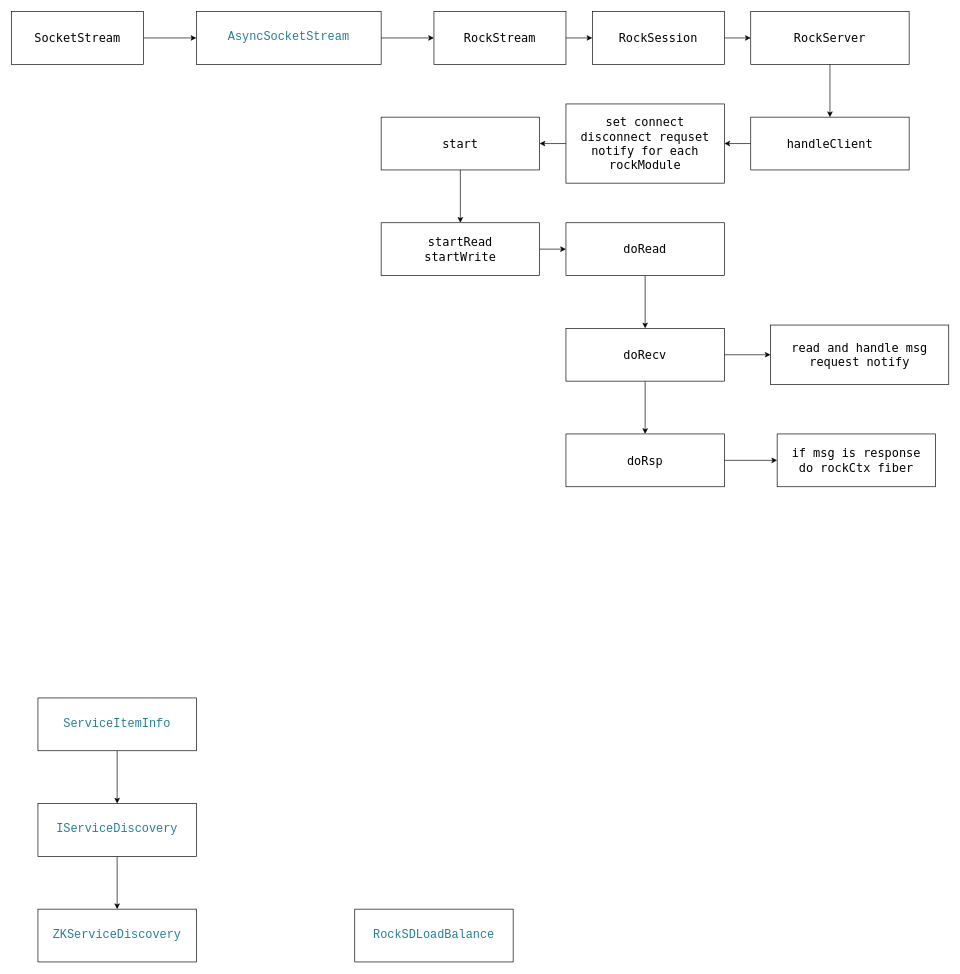
Mn258/WebServer keeps this draw.io diagram as rockserver.drawio. Above is the earlier version. Source tidied: cells renumbered, new cells numbered last; positions are measured from the earlier drawing's top-left corner, leaving out a move shared by most shapes. Both pictures are drawn from the tidied source at 66%, with x=0, y=0 at pixel (11, 11).
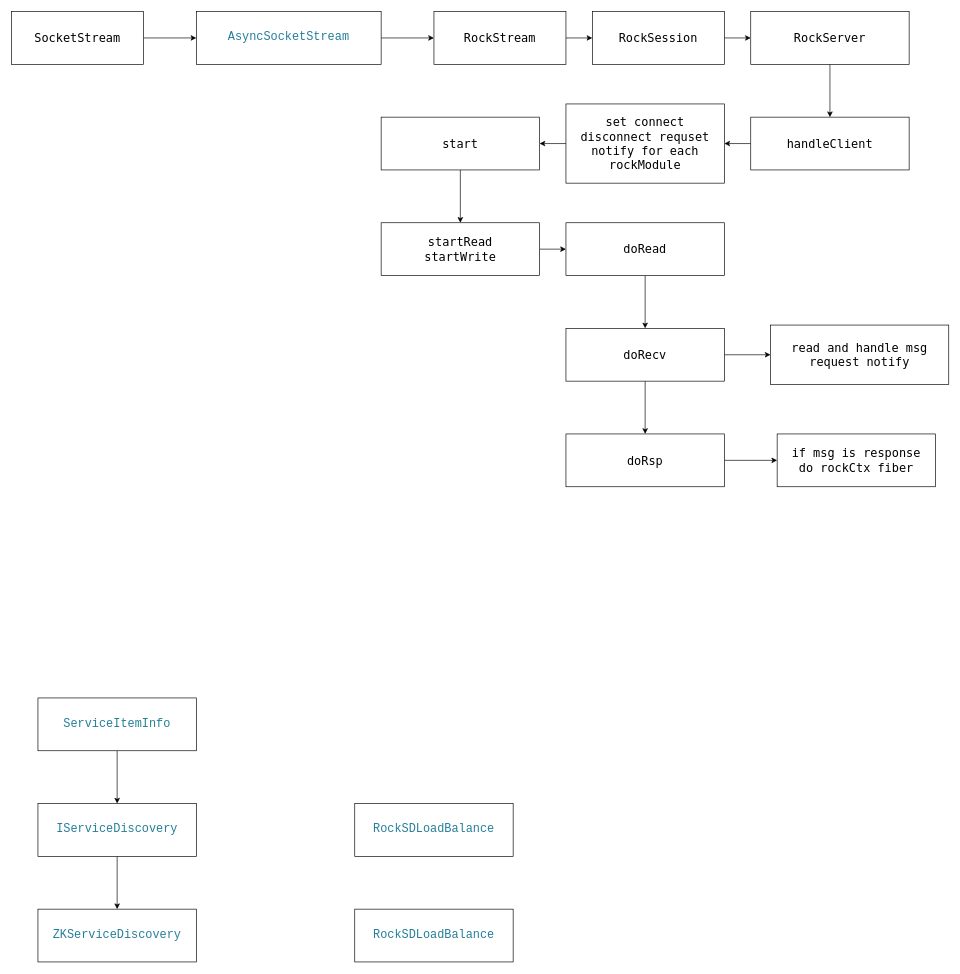
After the change.

The edit, as a diff of the source:
```diff
@@
+    <mxCell id="35" value="&lt;div style=&quot;color: rgb(59, 59, 59); background-color: rgb(255, 255, 255); font-family: Consolas, &amp;quot;Courier New&amp;quot;, monospace; line-height: 19px; white-space: pre;&quot;&gt;&lt;div style=&quot;line-height: 19px;&quot;&gt;&lt;span style=&quot;color: rgb(38, 127, 153);&quot;&gt;&lt;font style=&quot;font-size: 18px;&quot;&gt;RockSDLoadBalance&lt;/font&gt;&lt;/span&gt;&lt;/div&gt;&lt;/div&gt;" style="rounded=0;whiteSpace=wrap;html=1;" parent="1" vertex="1">
+      <mxGeometry x="520" y="1200" width="240" height="80" as="geometry" />
+    </mxCell>
```
